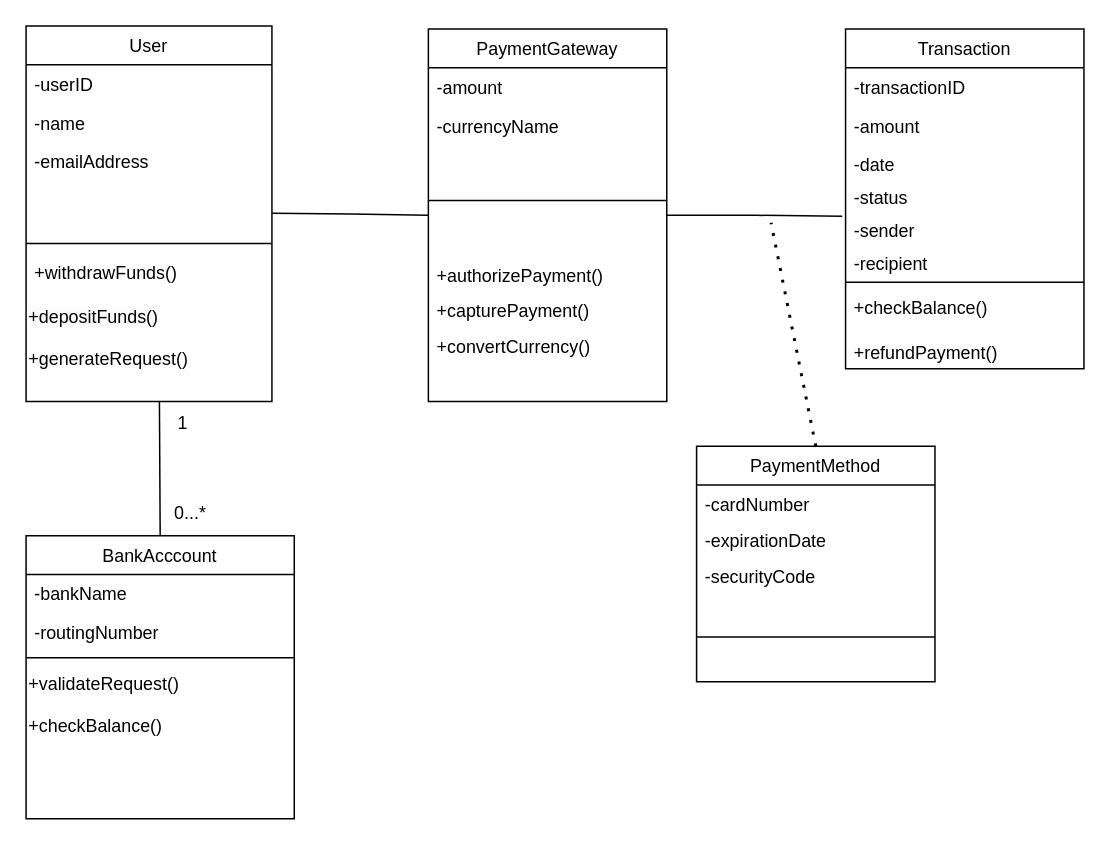
LordDdanielHan/test keeps this draw.io diagram as designclassdiagram.drawio. Above is the earlier version. Source tidied: cells renumbered, new cells numbered last; positions are measured from the earlier drawing's top-left corner, leaving out a move shared by most shapes. Both pictures are drawn from the tidied source at 149%, with x=0, y=0 at pixel (25, 25).
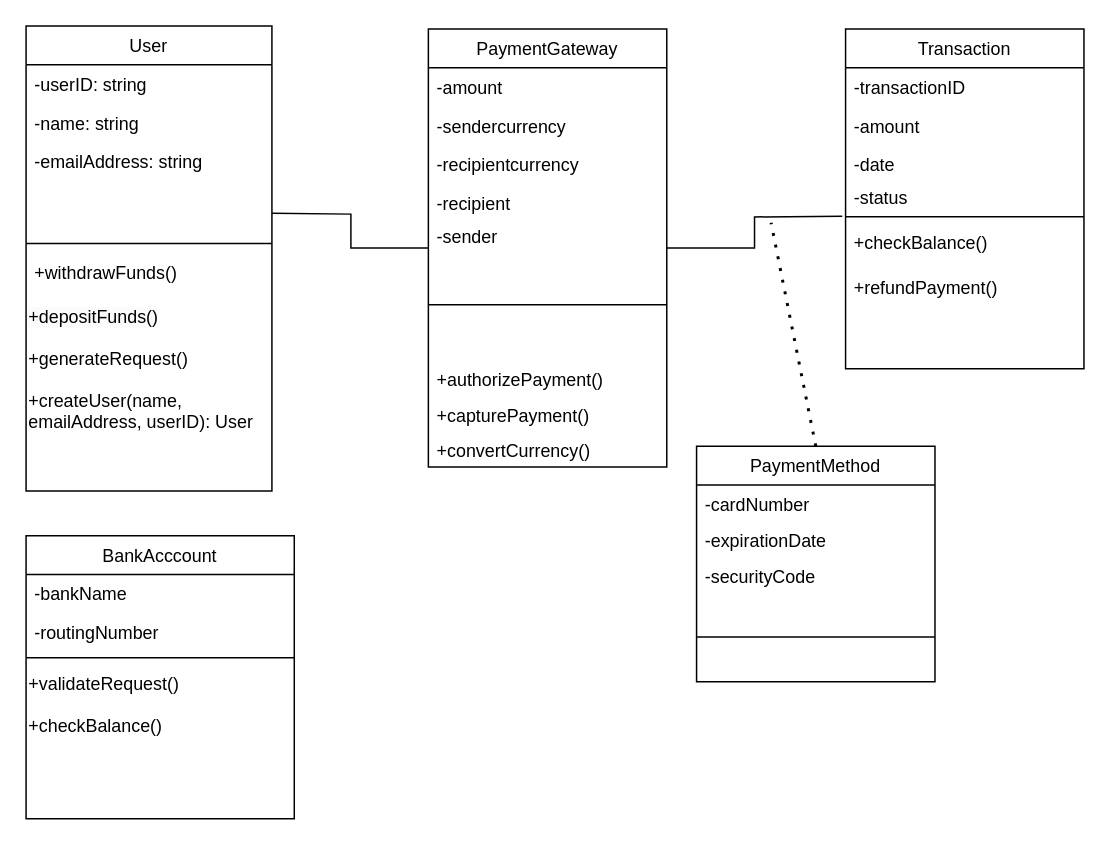
Above is the later version.

The change refers to these unchanged cells:
```xml
<mxCell id="10" value="BankAcccount" style="swimlane;fontStyle=0;align=center;verticalAlign=top;horizontal=1;startSize=26;rounded=0;shadow=0;strokeWidth=1;" parent="1" vertex="1">
  <mxGeometry y="342" width="180" height="190" as="geometry" />
</mxCell>
<mxCell id="16" value="Transaction" style="swimlane;fontStyle=0;align=center;verticalAlign=top;horizontal=1;startSize=26;rounded=0;shadow=0;strokeWidth=1;" parent="1" vertex="1">
  <mxGeometry x="550" y="2" width="160" height="228" as="geometry" />
</mxCell>
```

The edit, as a diff of the source:
```diff
@@
     <mxCell id="2" value="User" style="swimlane;fontStyle=0;align=center;verticalAlign=top;horizontal=1;startSize=26;rounded=0;shadow=0;strokeWidth=1;" parent="1" vertex="1">
-      <mxGeometry width="165" height="252" as="geometry" />
+      <mxGeometry width="165" height="312" as="geometry" />
     </mxCell>
-    <mxCell id="3" value="-userID" style="text;align=left;verticalAlign=top;spacingLeft=4;spacingRight=4;overflow=hidden;" parent="2" vertex="1">
+    <mxCell id="3" value="-userID: string" style="text;align=left;verticalAlign=top;spacingLeft=4;spacingRight=4;overflow=hidden;" parent="2" vertex="1">
       <mxGeometry y="26" width="165" height="26" as="geometry" />
     </mxCell>
-    <mxCell id="4" value="-name" style="text;align=left;verticalAlign=top;spacingLeft=4;spacingRight=4;overflow=hidden;rounded=0;shadow=0;html=0;" parent="2" vertex="1">
+    <mxCell id="4" value="-name: string" style="text;align=left;verticalAlign=top;spacingLeft=4;spacingRight=4;overflow=hidden;rounded=0;shadow=0;html=0;" parent="2" vertex="1">
       <mxGeometry y="52" width="165" height="26" as="geometry" />
     </mxCell>
-    <mxCell id="5" value="-emailAddress&#10;" style="text;align=left;verticalAlign=top;spacingLeft=4;spacingRight=4;overflow=hidden;rounded=0;shadow=0;html=0;" parent="2" vertex="1">
+    <mxCell id="5" value="-emailAddress: string&#10;" style="text;align=left;verticalAlign=top;spacingLeft=4;spacingRight=4;overflow=hidden;rounded=0;shadow=0;html=0;" parent="2" vertex="1">
       <mxGeometry y="78" width="165" height="62" as="geometry" />
     </mxCell>
@@
+    <mxCell id="44" value="&lt;span style=&quot;text-wrap: nowrap;&quot;&gt;+createUser(name,&amp;nbsp;&lt;/span&gt;&lt;div&gt;&lt;span style=&quot;text-wrap: nowrap;&quot;&gt;emailAddress, userID): User&lt;/span&gt;&lt;/div&gt;" style="text;whiteSpace=wrap;html=1;" parent="2" vertex="1">
+      <mxGeometry y="238" width="165" height="28" as="geometry" />
+    </mxCell>
@@
-    <mxCell id="21" value="-sender" style="text;align=left;verticalAlign=top;spacingLeft=4;spacingRight=4;overflow=hidden;points=[[0,0.5],[1,0.5]];portConstraint=eastwest;rounded=0;shadow=0;html=0;" parent="16" vertex="1">
-      <mxGeometry y="122" width="160" height="22" as="geometry" />
-    </mxCell>
-    <mxCell id="22" value="-recipient" style="text;align=left;verticalAlign=top;spacingLeft=4;spacingRight=4;overflow=hidden;rounded=0;shadow=0;html=0;" parent="16" vertex="1">
-      <mxGeometry y="144" width="160" height="22" as="geometry" />
-    </mxCell>
     <mxCell id="23" style="line;html=1;strokeWidth=1;align=left;verticalAlign=middle;spacingTop=-1;spacingLeft=3;spacingRight=3;labelPosition=right;" parent="16" vertex="1">
-      <mxGeometry y="166" width="160" height="8" as="geometry" />
+      <mxGeometry y="122" width="160" height="8" as="geometry" />
     </mxCell>
     <mxCell id="24" value="+checkBalance()" style="text;align=left;verticalAlign=top;spacingLeft=4;spacingRight=4;overflow=hidden;" parent="16" vertex="1">
-      <mxGeometry y="174" width="160" height="30" as="geometry" />
+      <mxGeometry y="130" width="160" height="30" as="geometry" />
     </mxCell>
     <mxCell id="25" value="+refundPayment()" style="text;align=left;verticalAlign=top;spacingLeft=4;spacingRight=4;overflow=hidden;" parent="16" vertex="1">
-      <mxGeometry y="204" width="160" height="24" as="geometry" />
+      <mxGeometry y="160" width="160" height="24" as="geometry" />
     </mxCell>
@@
     <mxCell id="31" value="PaymentGateway" style="swimlane;fontStyle=0;align=center;verticalAlign=top;horizontal=1;startSize=26;rounded=0;shadow=0;strokeWidth=1;" parent="1" vertex="1">
-      <mxGeometry x="270" y="2" width="160" height="250" as="geometry" />
+      <mxGeometry x="270" y="2" width="160" height="294" as="geometry" />
     </mxCell>
@@
-    <mxCell id="33" value="-currencyName" style="text;align=left;verticalAlign=top;spacingLeft=4;spacingRight=4;overflow=hidden;" parent="31" vertex="1">
+    <mxCell id="33" value="-sendercurrency" style="text;align=left;verticalAlign=top;spacingLeft=4;spacingRight=4;overflow=hidden;" parent="31" vertex="1">
       <mxGeometry y="52" width="160" height="26" as="geometry" />
     </mxCell>
+    <mxCell id="45" value="-recipientcurrency" style="text;align=left;verticalAlign=top;spacingLeft=4;spacingRight=4;overflow=hidden;" parent="31" vertex="1">
+      <mxGeometry y="78" width="160" height="26" as="geometry" />
+    </mxCell>
+    <mxCell id="22" value="-recipient" style="text;align=left;verticalAlign=top;spacingLeft=4;spacingRight=4;overflow=hidden;rounded=0;shadow=0;html=0;" parent="31" vertex="1">
+      <mxGeometry y="104" width="160" height="22" as="geometry" />
+    </mxCell>
+    <mxCell id="21" value="-sender" style="text;align=left;verticalAlign=top;spacingLeft=4;spacingRight=4;overflow=hidden;points=[[0,0.5],[1,0.5]];portConstraint=eastwest;rounded=0;shadow=0;html=0;" parent="31" vertex="1">
+      <mxGeometry y="126" width="160" height="22" as="geometry" />
+    </mxCell>
     <mxCell id="34" style="line;html=1;strokeWidth=1;align=left;verticalAlign=middle;spacingTop=-1;spacingLeft=3;spacingRight=3;labelPosition=right;" parent="31" vertex="1">
-      <mxGeometry y="78" width="160" height="74" as="geometry" />
+      <mxGeometry y="148" width="160" height="74" as="geometry" />
     </mxCell>
     <mxCell id="35" value="+authorizePayment()" style="text;align=left;verticalAlign=top;spacingLeft=4;spacingRight=4;overflow=hidden;" parent="31" vertex="1">
-      <mxGeometry y="152" width="160" height="24" as="geometry" />
+      <mxGeometry y="222" width="160" height="24" as="geometry" />
     </mxCell>
     <mxCell id="36" value="+capturePayment()" style="text;align=left;verticalAlign=top;spacingLeft=4;spacingRight=4;overflow=hidden;" parent="31" vertex="1">
-      <mxGeometry y="176" width="160" height="24" as="geometry" />
+      <mxGeometry y="246" width="160" height="24" as="geometry" />
     </mxCell>
     <mxCell id="37" value="+convertCurrency()" style="text;align=left;verticalAlign=top;spacingLeft=4;spacingRight=4;overflow=hidden;" parent="31" vertex="1">
-      <mxGeometry y="200" width="160" height="24" as="geometry" />
+      <mxGeometry y="270" width="160" height="24" as="geometry" />
     </mxCell>
@@
-    <mxCell id="39" value="1" style="text;html=1;align=center;verticalAlign=middle;strokeColor=none;fillColor=none;" parent="1" vertex="1">
-      <mxGeometry x="90" y="252" width="30" height="30" as="geometry" />
-    </mxCell>
-    <mxCell id="40" value="0...*" style="text;html=1;align=center;verticalAlign=middle;strokeColor=none;fillColor=none;" parent="1" vertex="1">
-      <mxGeometry x="90" y="312" width="40" height="30" as="geometry" />
-    </mxCell>
-    <mxCell id="41" style="edgeStyle=orthogonalEdgeStyle;rounded=0;jettySize=auto;html=1;entryX=0.333;entryY=0.2;entryDx=0;entryDy=0;entryPerimeter=0;endArrow=none;endFill=0;exitX=0.5;exitY=0;exitDx=0;exitDy=0;" parent="1" edge="1" source="10">
-      <mxGeometry relative="1" as="geometry">
-        <mxPoint x="89.5" y="252" as="targetPoint" />
-      </mxGeometry>
-    </mxCell>
@@
-    <mxCell id="43" style="edgeStyle=orthogonalEdgeStyle;rounded=0;jettySize=auto;html=1;exitX=1;exitY=0.5;exitDx=0;exitDy=0;entryX=-0.014;entryY=0.163;entryDx=0;entryDy=0;entryPerimeter=0;endArrow=none;endFill=0;" parent="1" edge="1" source="31" target="21">
-      <mxGeometry relative="1" as="geometry" />
+    <mxCell id="43" style="edgeStyle=orthogonalEdgeStyle;rounded=0;jettySize=auto;html=1;exitX=1;exitY=0.5;exitDx=0;exitDy=0;entryX=-0.014;entryY=0.163;entryDx=0;entryDy=0;entryPerimeter=0;endArrow=none;endFill=0;" parent="1" edge="1" source="31">
+      <mxGeometry relative="1" as="geometry">
+        <mxPoint x="547.8" y="127.6" as="targetPoint" />
+      </mxGeometry>
     </mxCell>
```
